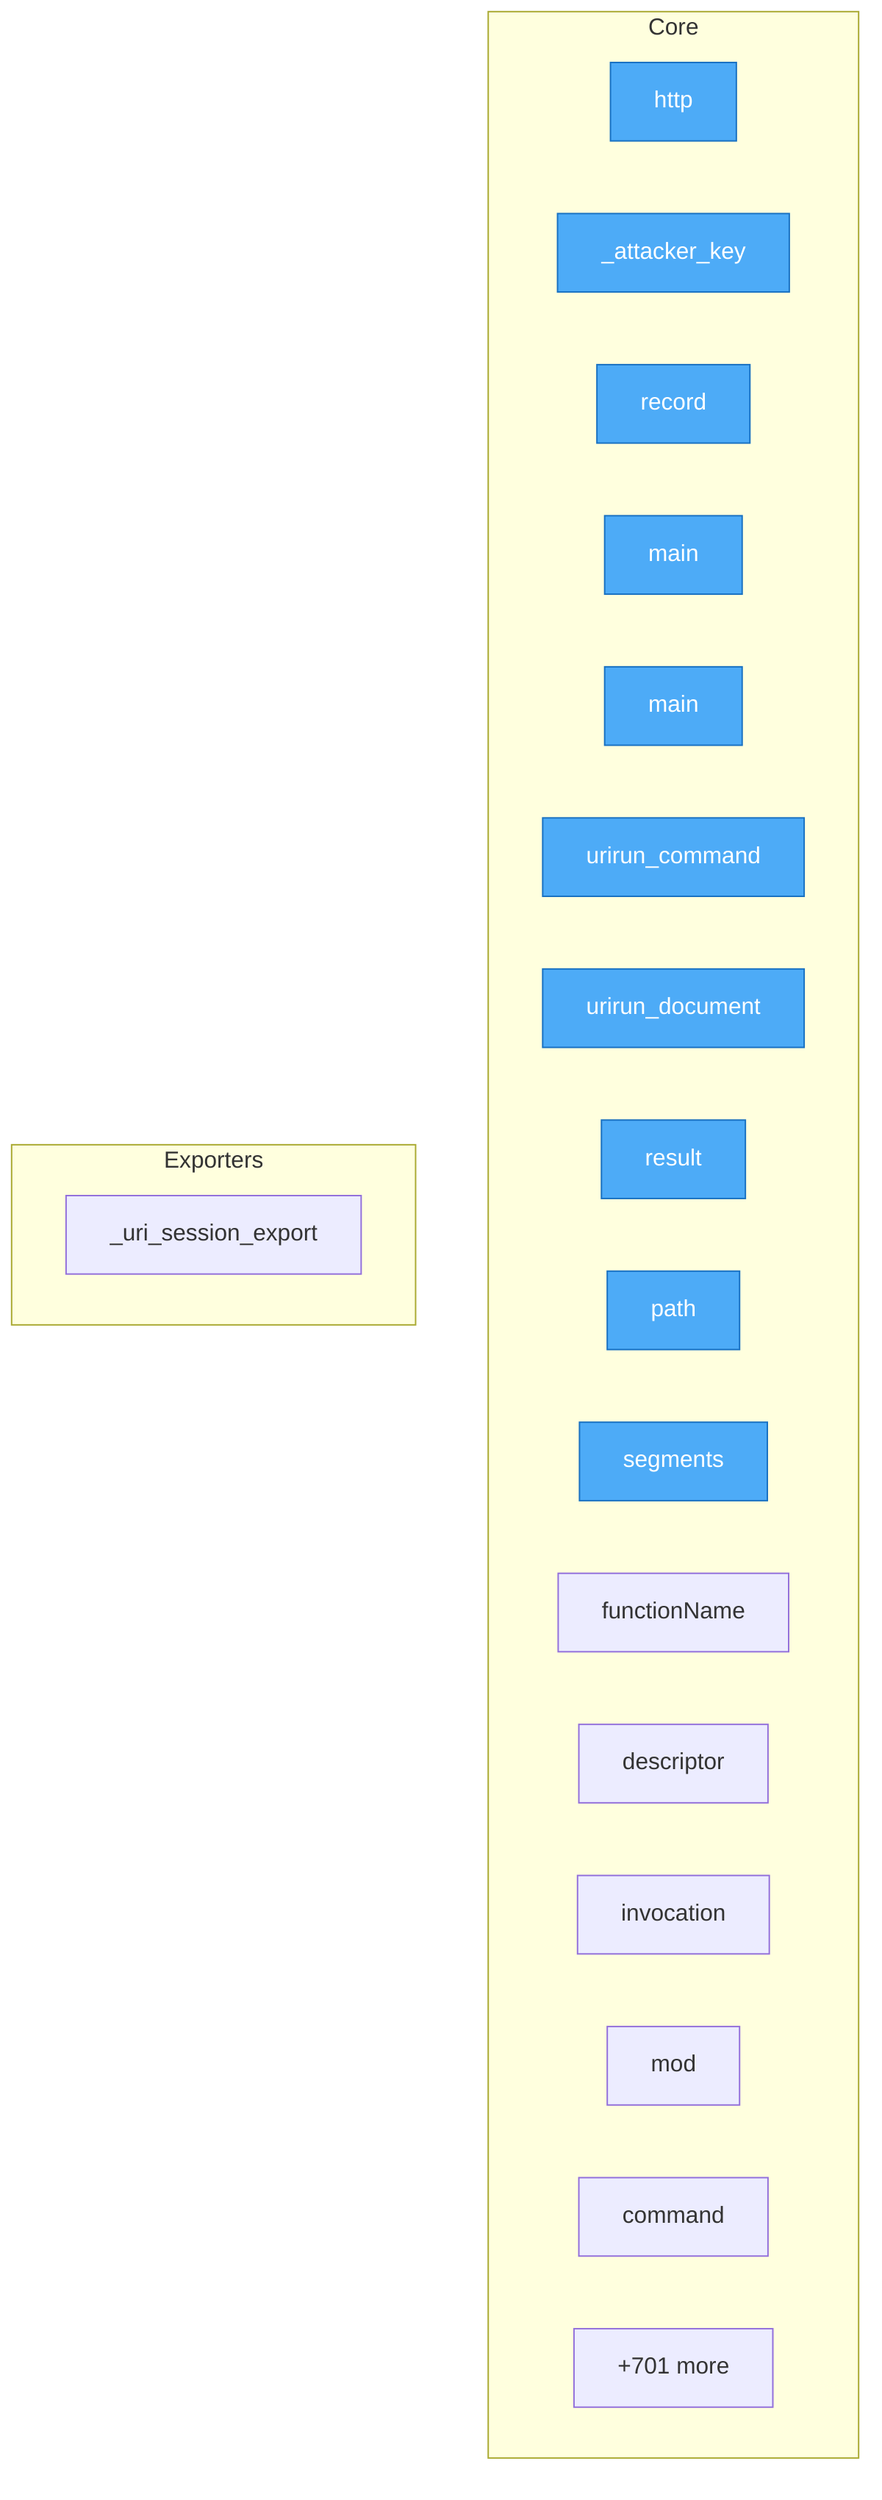
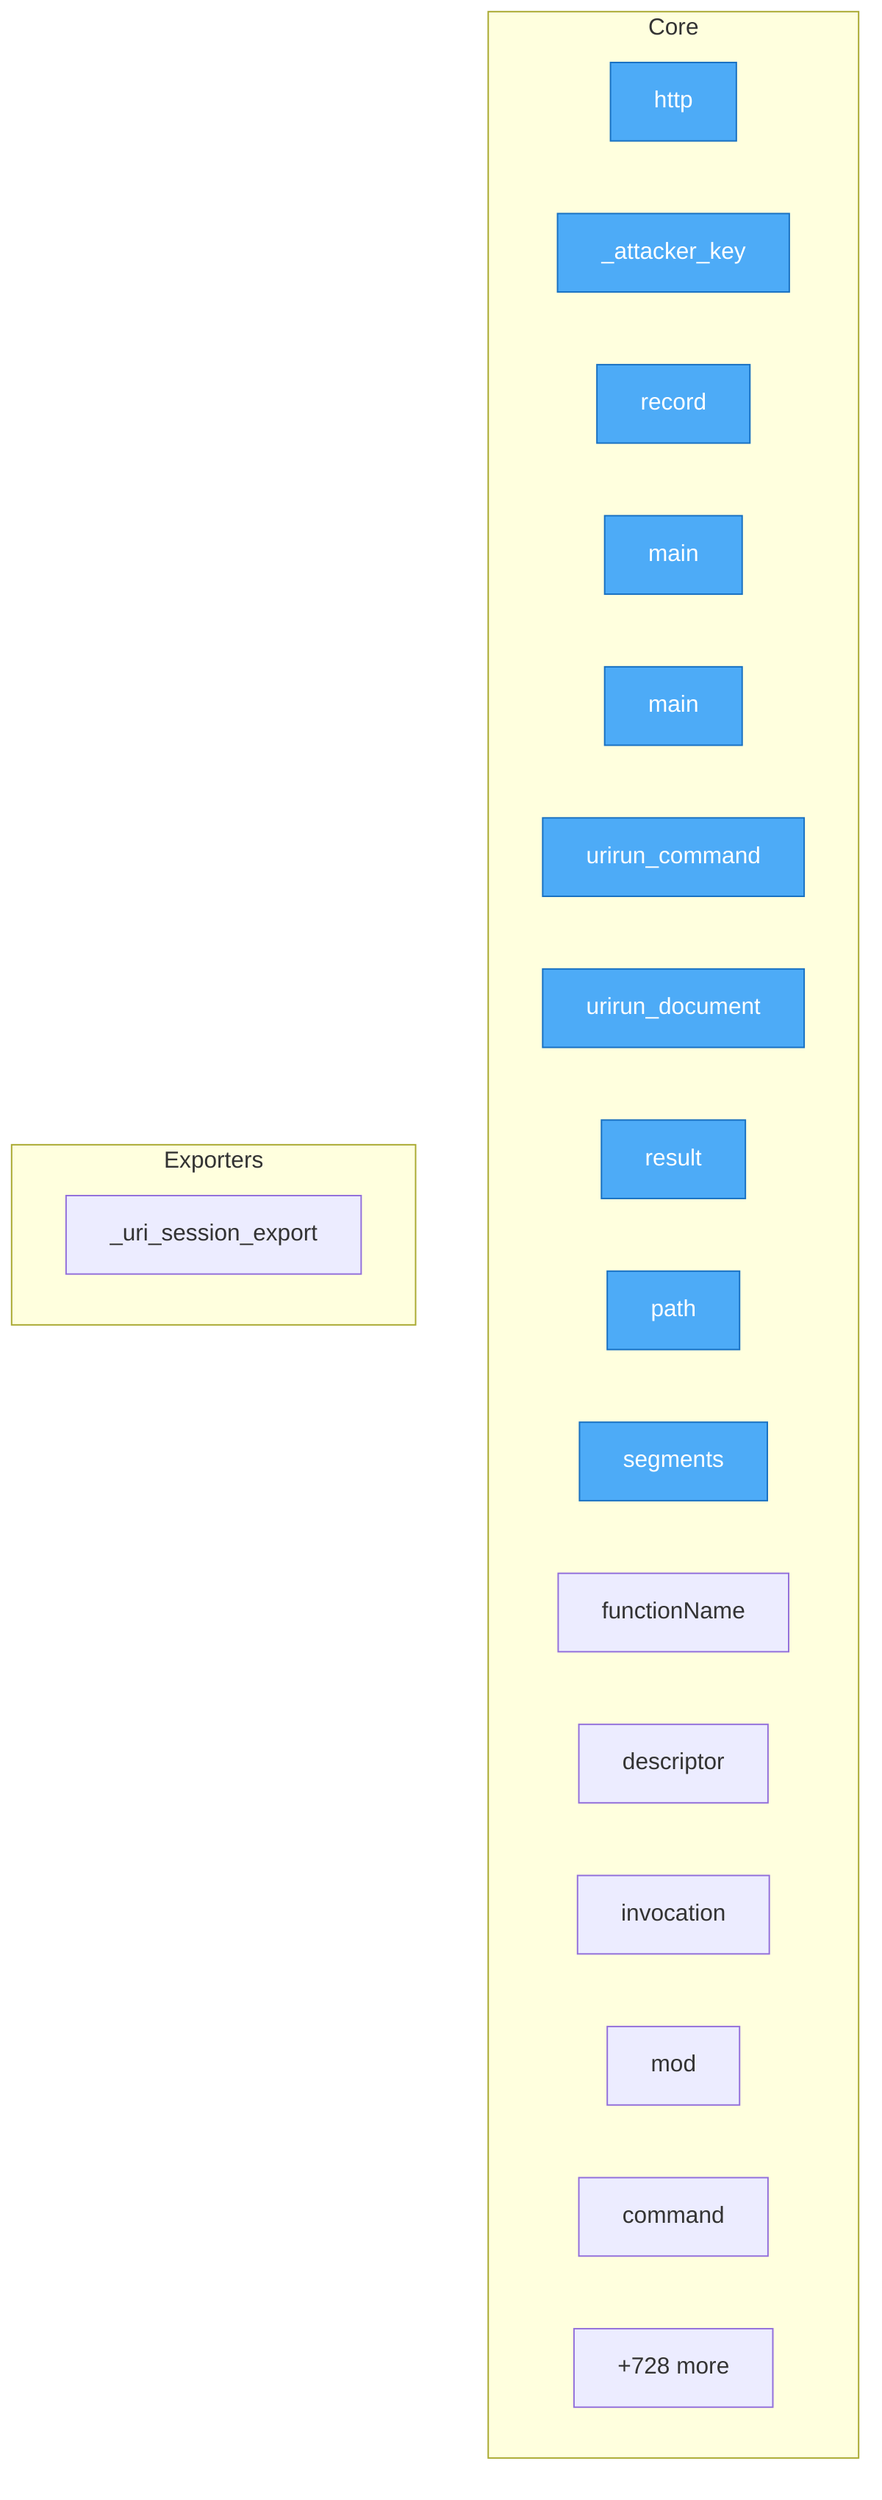
flowchart TD
%% generated in 0.04s

    %% Entry points (blue)
    classDef entry fill:#4dabf7,stroke:#1971c2,color:#fff

    subgraph Core
        security__mesh_probe__probe__http["http"]
        security__mesh_probe__probe___attacker_key["_attacker_key"]
        security__mesh_probe__probe__record["record"]
        adapters__conformance__main["main"]
        adapters__new_connector__main["main"]
        adapters__bash__urirun__urirun_command["urirun_command"]
        adapters__bash__urirun__urirun_document["urirun_document"]
        adapters__js__index__test__result["result"]
        adapters__js__path["path"]
        adapters__js__segments["segments"]
        adapters__js__functionName["functionName"]
        adapters__js__descriptor["descriptor"]
        adapters__js__invocation["invocation"]
        adapters__js__mod["mod"]
        adapters__java__Urirun__Urirun__command["command"]
-         ...["+701 more"]
+         ...["+728 more"]
    end

    subgraph Exporters
        adapters__python__urirun__node__skill___uri_session_export["_uri_session_export"]
    end

    class security__mesh_probe__probe__http,security__mesh_probe__probe___attacker_key,security__mesh_probe__probe__record,adapters__conformance__main,adapters__new_connector__main,adapters__bash__urirun__urirun_command,adapters__bash__urirun__urirun_document,adapters__js__index__test__result,adapters__js__path,adapters__js__segments entry
